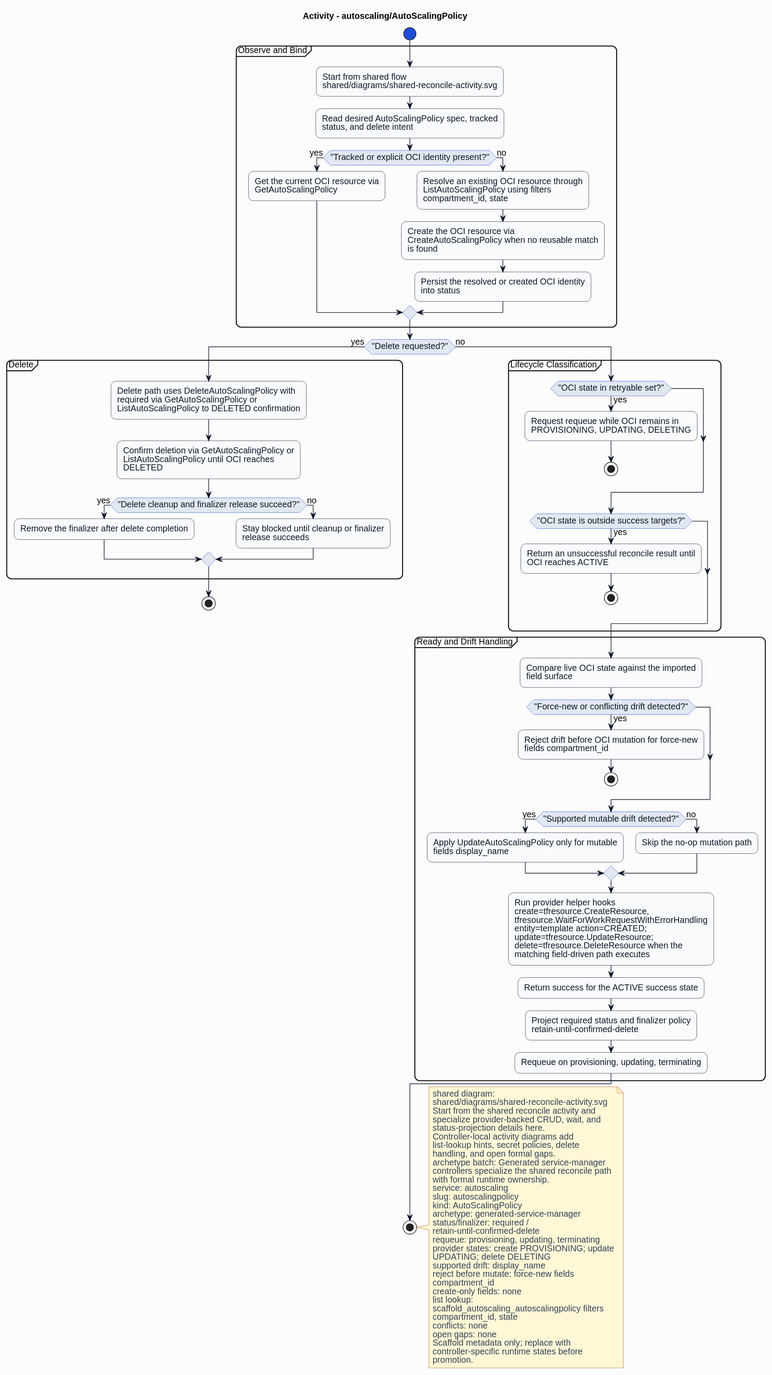
The PlantUML diagram formal/controllers/autoscaling/autoscalingpolicy/diagrams/activity.svg in HaoyL666/oci-service-operator, before a commit. The source it was exported from:
```plantuml
@startuml
skinparam shadowing false
skinparam backgroundColor #fcfcfd
skinparam defaultFontName Helvetica
skinparam defaultFontSize 14
skinparam arrowColor #0f172a
skinparam noteBackgroundColor #fff7d6
skinparam noteBorderColor #b45309
skinparam noteFontColor #334155
skinparam roundcorner 16
title Activity - autoscaling/AutoScalingPolicy
skinparam activity {
  backgroundColor #f8fafc
  borderColor #0f172a
  fontColor #0f172a
  diamondBackgroundColor #e2e8f0
  diamondBorderColor #1d4ed8
  diamondFontColor #0f172a
  startColor #1d4ed8
  endColor #0f172a
  barColor #1d4ed8
}
start
partition "Observe and Bind" {
:Start from shared flow\nshared/diagrams/shared-reconcile-activity.svg;
:Read desired AutoScalingPolicy spec, tracked\nstatus, and delete intent;
if ("Tracked or explicit OCI identity present?") then (yes)
:Get the current OCI resource via\nGetAutoScalingPolicy;
else (no)
:Resolve an existing OCI resource through\nListAutoScalingPolicy using filters\ncompartment_id, state;
:Create the OCI resource via\nCreateAutoScalingPolicy when no reusable match\nis found;
:Persist the resolved or created OCI identity\ninto status;
endif
}
if ("Delete requested?") then (yes)
partition "Delete" {
:Delete path uses DeleteAutoScalingPolicy with\nrequired via GetAutoScalingPolicy or\nListAutoScalingPolicy to DELETED confirmation;
:Confirm deletion via GetAutoScalingPolicy or\nListAutoScalingPolicy until OCI reaches\nDELETED;
if ("Delete cleanup and finalizer release succeed?") then (yes)
:Remove the finalizer after delete completion;
else (no)
:Stay blocked until cleanup or finalizer\nrelease succeeds;
endif
}
stop
else (no)
partition "Lifecycle Classification" {
if ("OCI state in retryable set?") then (yes)
:Request requeue while OCI remains in\nPROVISIONING, UPDATING, DELETING;
stop
endif
if ("OCI state is outside success targets?") then (yes)
:Return an unsuccessful reconcile result until\nOCI reaches ACTIVE;
stop
endif
}
partition "Ready and Drift Handling" {
:Compare live OCI state against the imported\nfield surface;
if ("Force-new or conflicting drift detected?") then (yes)
:Reject drift before OCI mutation for force-new\nfields compartment_id;
stop
endif
if ("Supported mutable drift detected?") then (yes)
:Apply UpdateAutoScalingPolicy only for mutable\nfields display_name;
else (no)
:Skip the no-op mutation path;
endif
:Run provider helper hooks\ncreate=tfresource.CreateResource,\ntfresource.WaitForWorkRequestWithErrorHandling\nentity=template action=CREATED;\nupdate=tfresource.UpdateResource;\ndelete=tfresource.DeleteResource when the\nmatching field-driven path executes;
:Return success for the ACTIVE success state;
:Project required status and finalizer policy\nretain-until-confirmed-delete;
:Requeue on provisioning, updating, terminating;
}
endif
stop
note right
shared diagram:
shared/diagrams/shared-reconcile-activity.svg
Start from the shared reconcile activity and
specialize provider-backed CRUD, wait, and
status-projection details here.
Controller-local activity diagrams add
list-lookup hints, secret policies, delete
handling, and open formal gaps.
archetype batch: Generated service-manager
controllers specialize the shared reconcile path
with formal runtime ownership.
service: autoscaling
slug: autoscalingpolicy
kind: AutoScalingPolicy
archetype: generated-service-manager
status/finalizer: required /
retain-until-confirmed-delete
requeue: provisioning, updating, terminating
provider states: create PROVISIONING; update
UPDATING; delete DELETING
supported drift: display_name
reject before mutate: force-new fields
compartment_id
create-only fields: none
list lookup:
scaffold_autoscaling_autoscalingpolicy filters
compartment_id, state
conflicts: none
open gaps: none
Scaffold metadata only; replace with
controller-specific runtime states before
promotion.
end note
@enduml
```
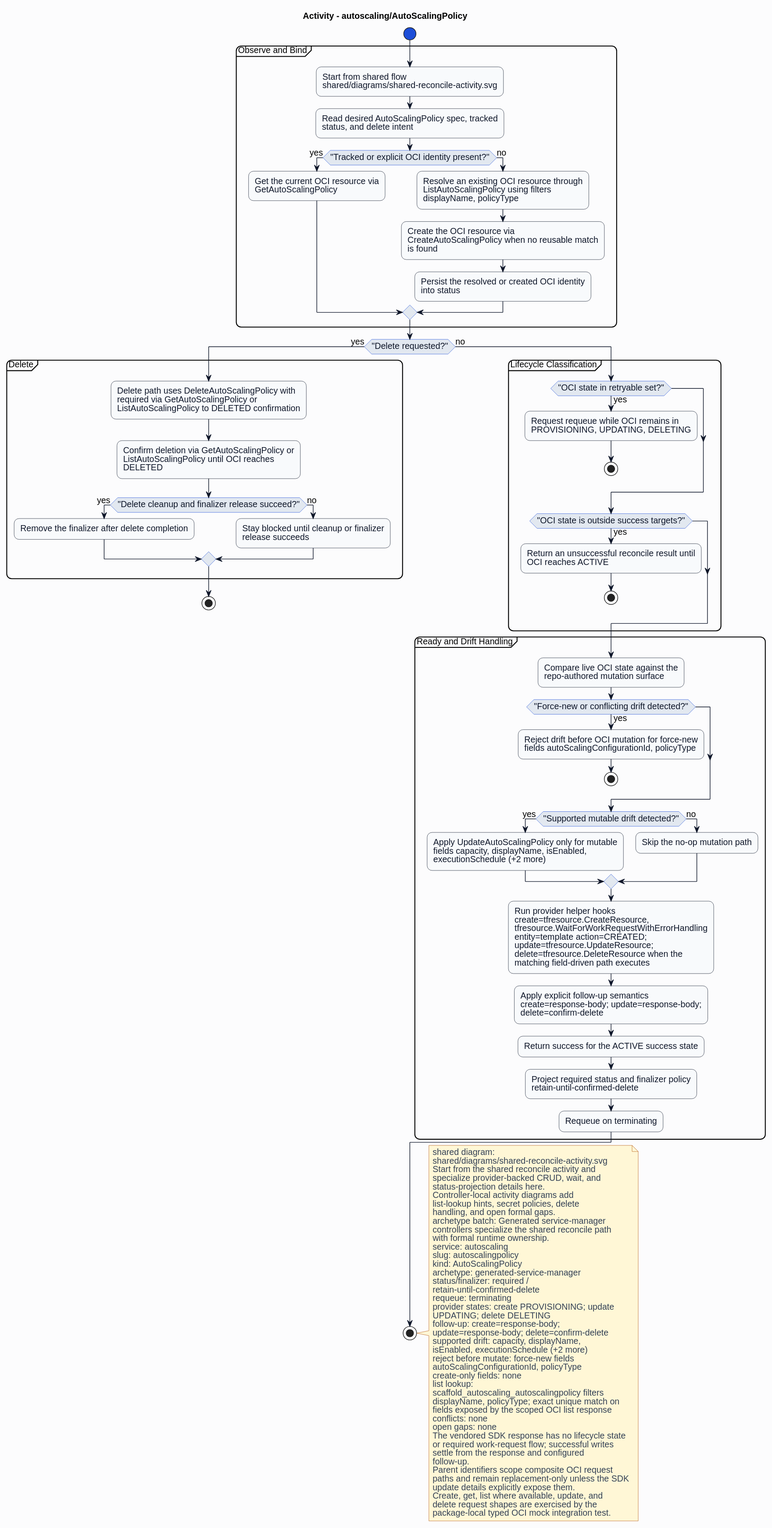
After the commit.

Change to the diagram source:
```diff
@@ -27,7 +27,7 @@
 if ("Tracked or explicit OCI identity present?") then (yes)
 :Get the current OCI resource via\nGetAutoScalingPolicy;
 else (no)
-:Resolve an existing OCI resource through\nListAutoScalingPolicy using filters\ncompartment_id, state;
+:Resolve an existing OCI resource through\nListAutoScalingPolicy using filters\ndisplayName, policyType;
 :Create the OCI resource via\nCreateAutoScalingPolicy when no reusable match\nis found;
 :Persist the resolved or created OCI identity\ninto status;
 endif
@@ -55,20 +55,21 @@
 endif
 }
 partition "Ready and Drift Handling" {
-:Compare live OCI state against the imported\nfield surface;
+:Compare live OCI state against the\nrepo-authored mutation surface;
 if ("Force-new or conflicting drift detected?") then (yes)
-:Reject drift before OCI mutation for force-new\nfields compartment_id;
+:Reject drift before OCI mutation for force-new\nfields autoScalingConfigurationId, policyType;
 stop
 endif
 if ("Supported mutable drift detected?") then (yes)
-:Apply UpdateAutoScalingPolicy only for mutable\nfields display_name;
+:Apply UpdateAutoScalingPolicy only for mutable\nfields capacity, displayName, isEnabled,\nexecutionSchedule (+2 more);
 else (no)
 :Skip the no-op mutation path;
 endif
 :Run provider helper hooks\ncreate=tfresource.CreateResource,\ntfresource.WaitForWorkRequestWithErrorHandling\nentity=template action=CREATED;\nupdate=tfresource.UpdateResource;\ndelete=tfresource.DeleteResource when the\nmatching field-driven path executes;
+:Apply explicit follow-up semantics\ncreate=response-body; update=response-body;\ndelete=confirm-delete;
 :Return success for the ACTIVE success state;
 :Project required status and finalizer policy\nretain-until-confirmed-delete;
-:Requeue on provisioning, updating, terminating;
+:Requeue on terminating;
 }
 endif
 stop
@@ -90,20 +91,31 @@
 archetype: generated-service-manager
 status/finalizer: required /
 retain-until-confirmed-delete
-requeue: provisioning, updating, terminating
+requeue: terminating
 provider states: create PROVISIONING; update
 UPDATING; delete DELETING
-supported drift: display_name
+follow-up: create=response-body;
+update=response-body; delete=confirm-delete
+supported drift: capacity, displayName,
+isEnabled, executionSchedule (+2 more)
 reject before mutate: force-new fields
-compartment_id
+autoScalingConfigurationId, policyType
 create-only fields: none
 list lookup:
 scaffold_autoscaling_autoscalingpolicy filters
-compartment_id, state
+displayName, policyType; exact unique match on
+fields exposed by the scoped OCI list response
 conflicts: none
 open gaps: none
-Scaffold metadata only; replace with
-controller-specific runtime states before
-promotion.
+The vendored SDK response has no lifecycle state
+or required work-request flow; successful writes
+settle from the response and configured
+follow-up.
+Parent identifiers scope composite OCI request
+paths and remain replacement-only unless the SDK
+update details explicitly expose them.
+Create, get, list where available, update, and
+delete request shapes are exercised by the
+package-local typed OCI mock integration test.
 end note
 @enduml
```
